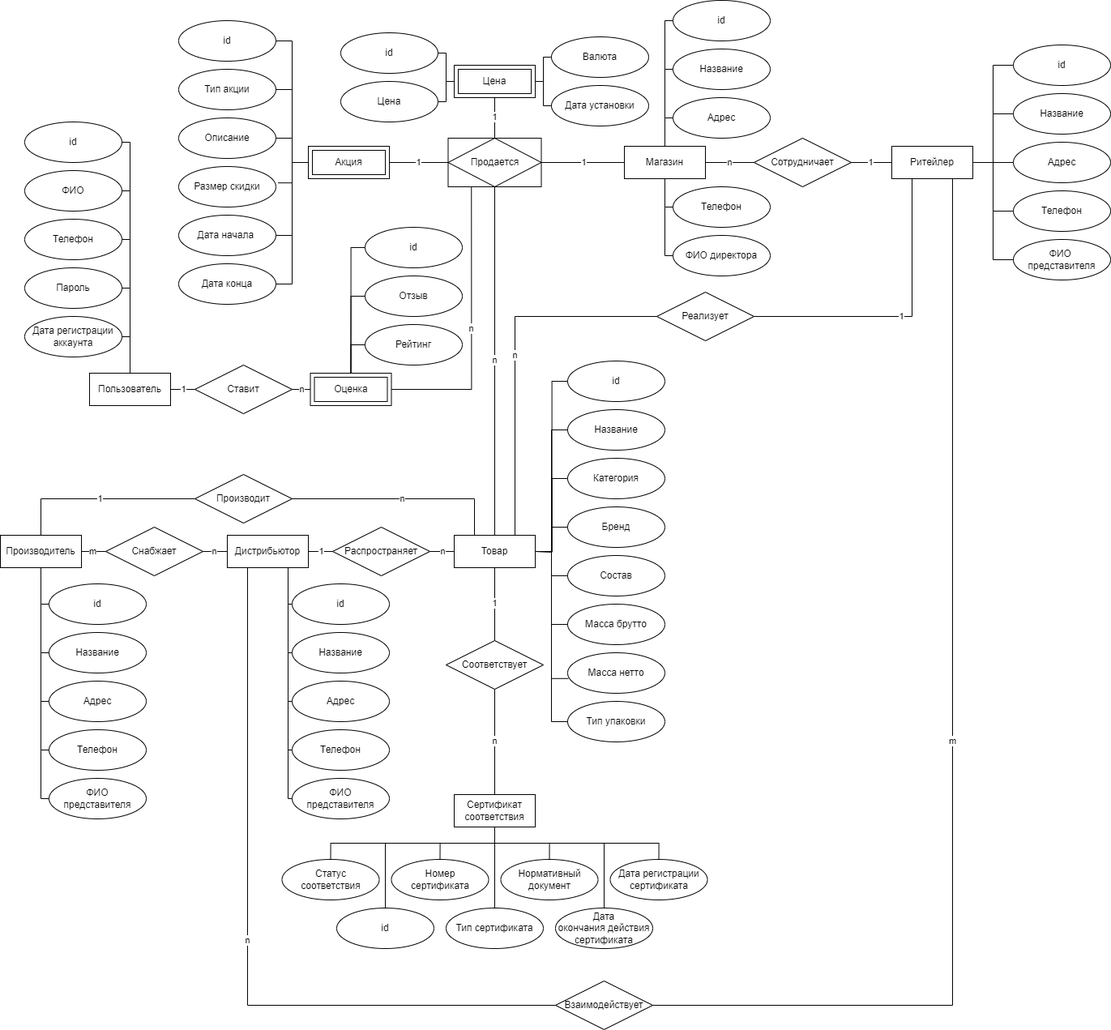
This is docs/coursework/inc/img/er-diag.drawio.png from nikitalystsev/db_course, a draw.io export, as it was before one commit. Source tidied: cells renumbered, new cells last; positions are measured from the earlier drawing's top-left corner, leaving out a move shared by most shapes.
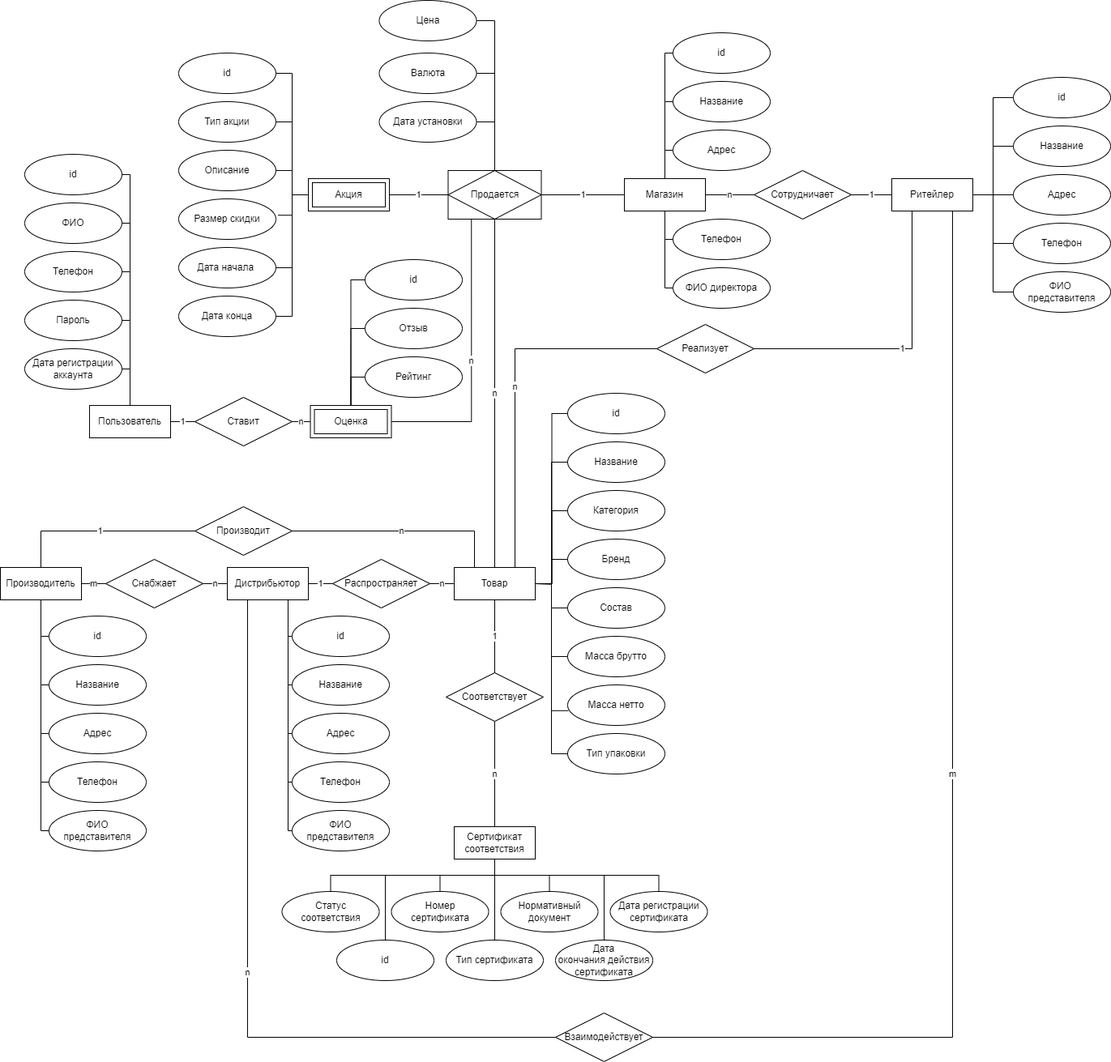
After the change.

Diff of the diagram source:
```diff
@@ -172,9 +172,6 @@
     <mxCell id="55" value="n" style="endArrow=none;html=1;rounded=0;entryX=0.5;entryY=1;entryDx=0;entryDy=0;exitX=0.5;exitY=0;exitDx=0;exitDy=0;" parent="1" edge="1" source="2" target="127">
       <mxGeometry relative="1" as="geometry" />
     </mxCell>
-    <mxCell id="56" value="&lt;div&gt;Цена&lt;/div&gt;" style="shape=ext;margin=3;double=1;whiteSpace=wrap;html=1;align=center;" parent="1" vertex="1">
-      <mxGeometry x="560" y="80" width="100" height="40" as="geometry" />
-    </mxCell>
     <mxCell id="57" value="Магазин" style="whiteSpace=wrap;html=1;align=center;" parent="1" vertex="1">
       <mxGeometry x="770" y="180" width="100" height="40" as="geometry" />
     </mxCell>
@@ -188,32 +185,17 @@
       <mxGeometry x="830" y="290" width="120" height="50" as="geometry" />
     </mxCell>
     <mxCell id="61" value="Дата установки" style="ellipse;whiteSpace=wrap;html=1;align=center;" parent="1" vertex="1">
-      <mxGeometry x="680" y="105" width="120" height="50" as="geometry" />
+      <mxGeometry x="467.5" y="85" width="120" height="50" as="geometry" />
     </mxCell>
     <mxCell id="62" value="Валюта" style="ellipse;whiteSpace=wrap;html=1;align=center;" parent="1" vertex="1">
-      <mxGeometry x="680" y="45" width="120" height="50" as="geometry" />
+      <mxGeometry x="467.5" y="25" width="120" height="50" as="geometry" />
     </mxCell>
-    <mxCell id="63" style="endArrow=none;html=1;rounded=0;entryX=0;entryY=0.5;entryDx=0;entryDy=0;exitX=1;exitY=0.5;exitDx=0;exitDy=0;edgeStyle=orthogonalEdgeStyle;" parent="1" edge="1" source="56" target="62">
-      <mxGeometry relative="1" as="geometry" />
-    </mxCell>
-    <mxCell id="64" style="endArrow=none;html=1;rounded=0;entryX=0;entryY=0.5;entryDx=0;entryDy=0;exitX=1;exitY=0.5;exitDx=0;exitDy=0;edgeStyle=orthogonalEdgeStyle;" parent="1" edge="1" source="56" target="61">
-      <mxGeometry relative="1" as="geometry" />
-    </mxCell>
     <mxCell id="65" value="Цена" style="ellipse;whiteSpace=wrap;html=1;align=center;" parent="1" vertex="1">
-      <mxGeometry x="420" y="100" width="120" height="50" as="geometry" />
+      <mxGeometry x="467.5" y="-40" width="120" height="50" as="geometry" />
     </mxCell>
-    <mxCell id="66" value="id" style="ellipse;whiteSpace=wrap;html=1;align=center;" parent="1" vertex="1">
-      <mxGeometry x="420" y="40" width="120" height="50" as="geometry" />
-    </mxCell>
-    <mxCell id="67" style="endArrow=none;html=1;rounded=0;entryX=1;entryY=0.5;entryDx=0;entryDy=0;exitX=0;exitY=0.5;exitDx=0;exitDy=0;edgeStyle=orthogonalEdgeStyle;" parent="1" edge="1" source="56" target="66">
-      <mxGeometry relative="1" as="geometry" />
-    </mxCell>
-    <mxCell id="68" style="endArrow=none;html=1;rounded=0;entryX=0;entryY=0.5;entryDx=0;entryDy=0;exitX=1;exitY=0.5;exitDx=0;exitDy=0;edgeStyle=orthogonalEdgeStyle;" parent="1" edge="1" source="65" target="56">
+    <mxCell id="68" style="endArrow=none;html=1;rounded=0;entryX=0.5;entryY=0;entryDx=0;entryDy=0;exitX=1;exitY=0.5;exitDx=0;exitDy=0;edgeStyle=orthogonalEdgeStyle;" parent="1" edge="1" source="65" target="127">
       <mxGeometry relative="1" as="geometry" />
     </mxCell>
-    <mxCell id="69" value="1" style="endArrow=none;html=1;rounded=0;entryX=0.5;entryY=1;entryDx=0;entryDy=0;exitX=0.5;exitY=0;exitDx=0;exitDy=0;" parent="1" edge="1" source="127" target="56">
-      <mxGeometry relative="1" as="geometry" />
-    </mxCell>
     <mxCell id="70" value="&lt;div&gt;Акция&lt;/div&gt;" style="shape=ext;margin=3;double=1;whiteSpace=wrap;html=1;align=center;" parent="1" vertex="1">
       <mxGeometry x="380" y="180" width="100" height="40" as="geometry" />
     </mxCell>
@@ -509,5 +491,11 @@
         </Array>
       </mxGeometry>
     </mxCell>
+    <mxCell id="149" style="endArrow=none;html=1;rounded=0;entryX=1;entryY=0.5;entryDx=0;entryDy=0;exitX=0.5;exitY=0;exitDx=0;exitDy=0;edgeStyle=orthogonalEdgeStyle;" parent="1" edge="1" source="127" target="62">
+      <mxGeometry relative="1" as="geometry" />
+    </mxCell>
+    <mxCell id="150" style="endArrow=none;html=1;rounded=0;entryX=1;entryY=0.5;entryDx=0;entryDy=0;exitX=0.5;exitY=0;exitDx=0;exitDy=0;edgeStyle=orthogonalEdgeStyle;" parent="1" edge="1" source="127" target="61">
+      <mxGeometry relative="1" as="geometry" />
+    </mxCell>
   </root>
 </mxGraphModel>
```
